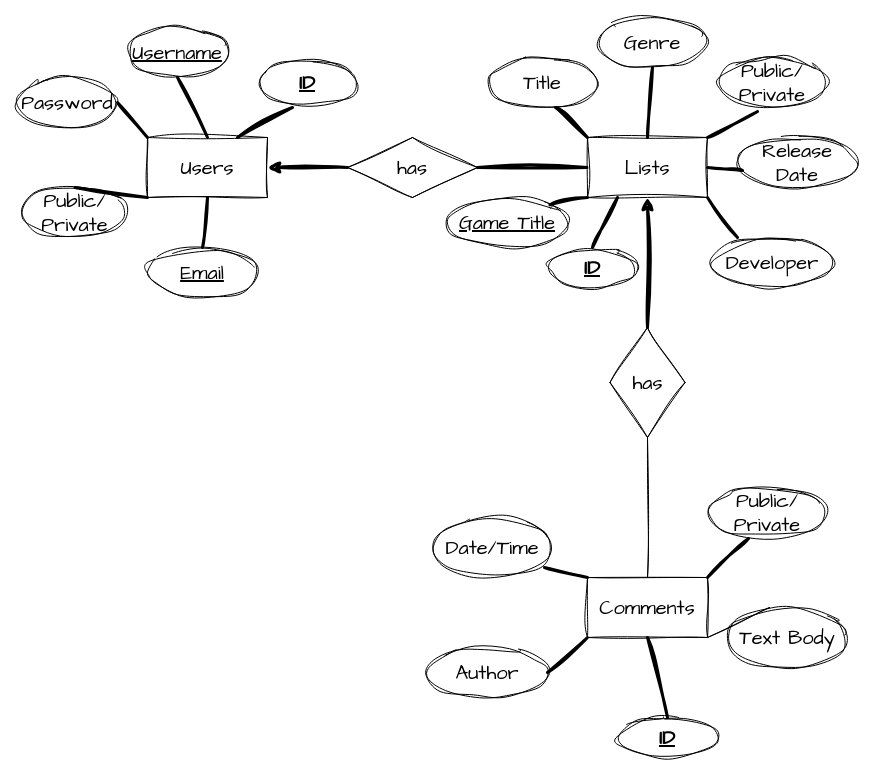
The draw.io diagram zeekERD.drawio in KMoussa33/Zeek, before the edit. Source tidied: cells renumbered, new cells numbered last; positions are measured from the earlier drawing's top-left corner, leaving out a move shared by most shapes. Both pictures are drawn from the tidied source at 100%, with x=0, y=0 at pixel (17, 17).
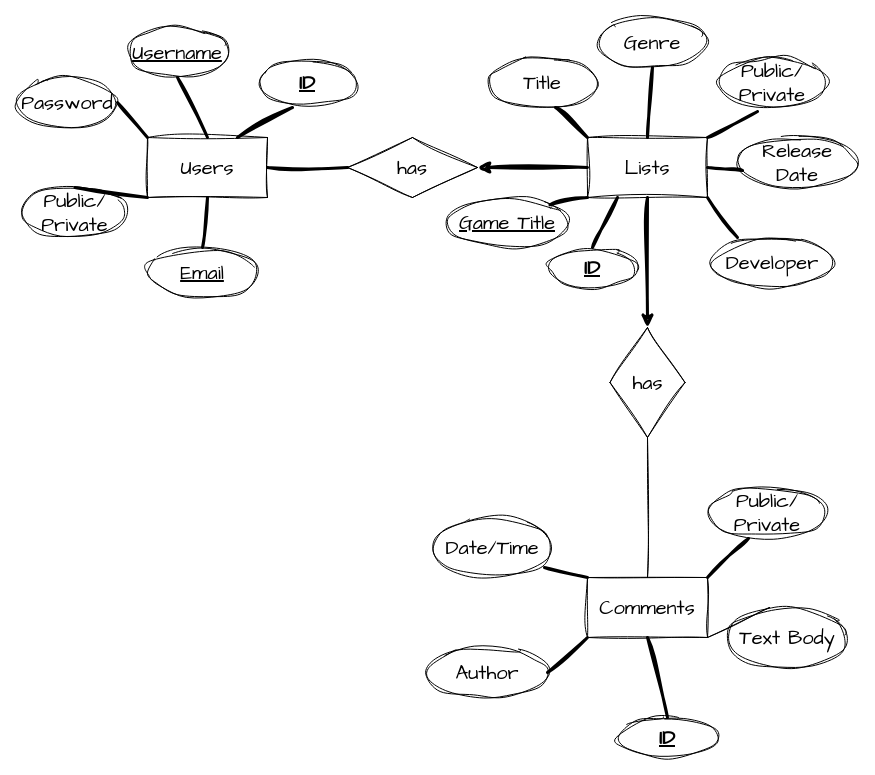
The same page after the edit.

The change refers to these unchanged cells:
```xml
<mxCell id="2" value="Users" style="rounded=0;whiteSpace=wrap;html=1;sketch=1;hachureGap=4;jiggle=2;curveFitting=1;fontFamily=Architects Daughter;fontSize=20;" parent="1" vertex="1">
  <mxGeometry x="130" y="120" width="120" height="60" as="geometry" />
</mxCell>
<mxCell id="11" value="has" style="rhombus;whiteSpace=wrap;html=1;sketch=1;hachureGap=4;jiggle=2;curveFitting=1;fontFamily=Architects Daughter;fontSize=20;" parent="1" vertex="1">
  <mxGeometry x="330" y="120" width="130" height="60" as="geometry" />
</mxCell>
<mxCell id="13" value="Lists" style="rounded=0;whiteSpace=wrap;html=1;sketch=1;hachureGap=4;jiggle=2;curveFitting=1;fontFamily=Architects Daughter;fontSize=20;" parent="1" vertex="1">
  <mxGeometry x="570" y="120" width="120" height="60" as="geometry" />
</mxCell>
<mxCell id="26" value="has" style="rhombus;whiteSpace=wrap;html=1;sketch=1;hachureGap=4;jiggle=2;curveFitting=1;fontFamily=Architects Daughter;fontSize=20;" parent="1" vertex="1">
  <mxGeometry x="592.5" y="310" width="75" height="110" as="geometry" />
</mxCell>
```

What changed in the source:
```diff
@@
-    <mxCell id="12" style="endArrow=none;html=1;sketch=1;hachureGap=4;jiggle=2;curveFitting=1;strokeWidth=3;fontFamily=Architects Daughter;fontSize=16;exitX=0;exitY=0.5;exitDx=0;exitDy=0;entryX=1;entryY=0.5;entryDx=0;entryDy=0;" parent="1" edge="1" source="13" target="11">
-      <mxGeometry relative="1" as="geometry" />
-    </mxCell>
@@
-    <mxCell id="37" style="endArrow=classic;html=1;sketch=1;hachureGap=4;jiggle=2;curveFitting=1;strokeWidth=3;fontFamily=Architects Daughter;fontSize=16;entryX=1;entryY=0.5;entryDx=0;entryDy=0;exitX=0;exitY=0.5;exitDx=0;exitDy=0;" parent="1" edge="1" source="11" target="2">
+    <mxCell id="37" style="endArrow=classic;html=1;sketch=1;hachureGap=4;jiggle=2;curveFitting=1;strokeWidth=3;fontFamily=Architects Daughter;fontSize=16;exitX=0;exitY=0.5;exitDx=0;exitDy=0;entryX=1;entryY=0.5;entryDx=0;entryDy=0;" parent="1" edge="1" source="13" target="11">
       <mxGeometry relative="1" as="geometry" />
     </mxCell>
@@
-    <mxCell id="44" style="endArrow=classic;html=1;sketch=1;hachureGap=4;jiggle=2;curveFitting=1;strokeWidth=3;fontFamily=Architects Daughter;fontSize=16;entryX=0.5;entryY=1;entryDx=0;entryDy=0;exitX=0.5;exitY=0;exitDx=0;exitDy=0;" parent="1" edge="1" source="26" target="13">
+    <mxCell id="44" style="endArrow=classic;html=1;sketch=1;hachureGap=4;jiggle=2;curveFitting=1;strokeWidth=3;fontFamily=Architects Daughter;fontSize=16;exitX=0.5;exitY=1;exitDx=0;exitDy=0;entryX=0.5;entryY=0;entryDx=0;entryDy=0;" parent="1" edge="1" source="13" target="26">
       <mxGeometry relative="1" as="geometry" />
     </mxCell>
+    <mxCell id="45" style="endArrow=none;html=1;sketch=1;hachureGap=4;jiggle=2;curveFitting=1;fontFamily=Architects Daughter;fontSize=16;exitX=1;exitY=0.5;exitDx=0;exitDy=0;entryX=0;entryY=0.5;entryDx=0;entryDy=0;strokeWidth=3;" parent="1" edge="1" source="2" target="11">
+      <mxGeometry relative="1" as="geometry" />
+    </mxCell>
```
